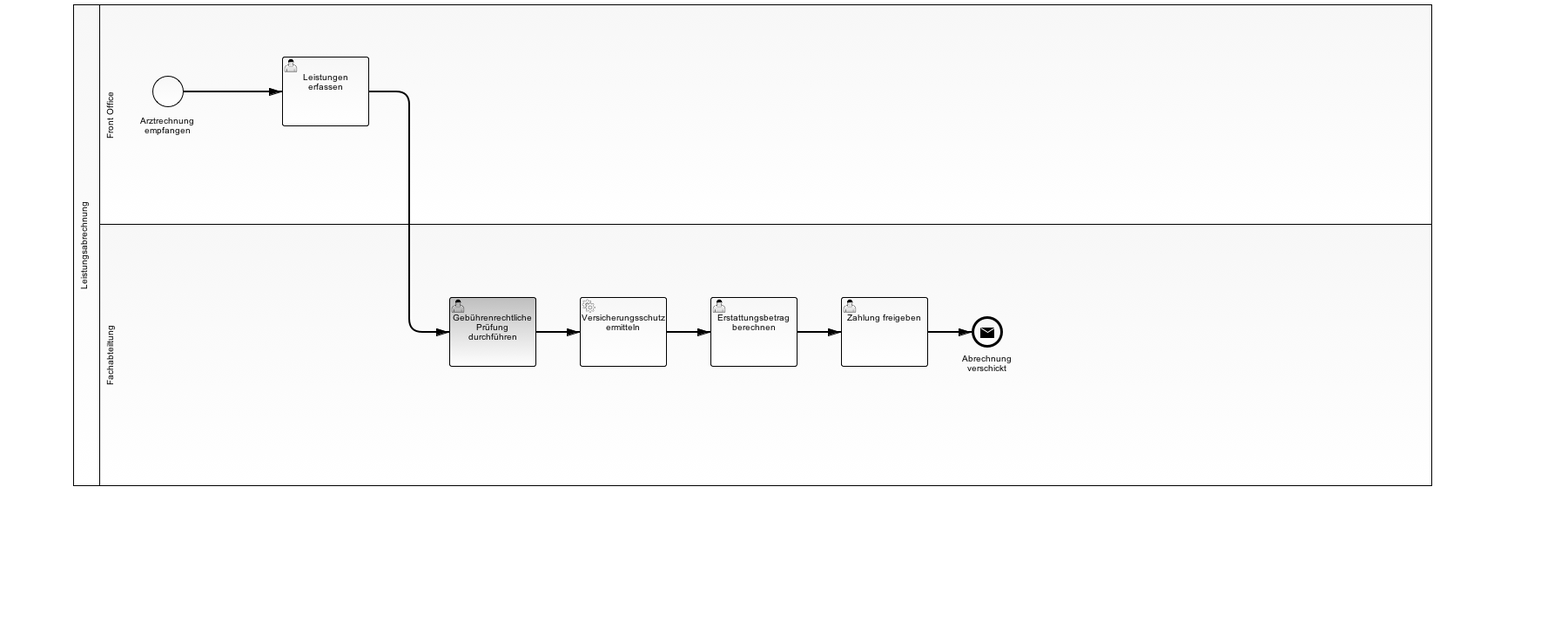
The BPMN diagram web/src/main/resources/Leistungsabrechnung.png in holisticon/skill-based-routing, before a commit. Its source is kept beside it as web/src/main/resources/Leistungsabrechnung.bpmn. Ids are renumbered.
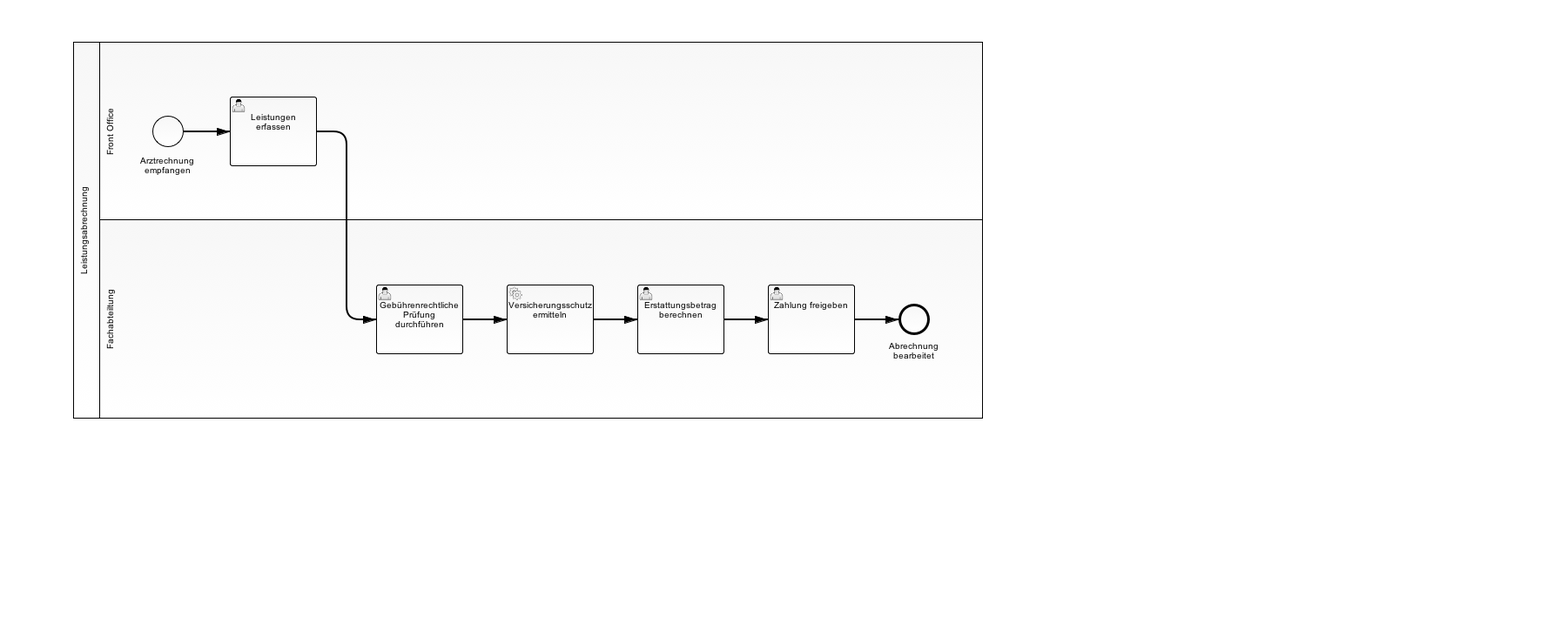
Above is the later version.

Change to the diagram source:
```diff
@@ -31,93 +31,109 @@
       <bpmn2:incoming>seq_2</bpmn2:incoming>
       <bpmn2:outgoing>seq_3</bpmn2:outgoing>
     </bpmn2:userTask>
+    <bpmn2:sequenceFlow id="seq_3" sourceRef="task_gebuehrenrechtlich_pruefen" targetRef="service_versicherungsschutz_ermitteln"/>
     <bpmn2:serviceTask id="service_versicherungsschutz_ermitteln" camunda:delegateExpression="#{versicherungsschutzErmitteln}" name="Versicherungsschutz&#xD;&#xA;ermitteln">
       <bpmn2:incoming>seq_3</bpmn2:incoming>
       <bpmn2:outgoing>seq_4</bpmn2:outgoing>
     </bpmn2:serviceTask>
-    <bpmn2:sequenceFlow id="seq_3" sourceRef="task_gebuehrenrechtlich_pruefen" targetRef="service_versicherungsschutz_ermitteln"/>
-    <bpmn2:userTask id="task_erstattungsbetrag_berechnen" name="Erstattungsbetrag berechnen">
+    <bpmn2:sequenceFlow id="seq_4" name="" sourceRef="service_versicherungsschutz_ermitteln" targetRef="task_erstattungsbetrag_berechnen"/>
+    <bpmn2:userTask id="task_erstattungsbetrag_berechnen" camunda:formKey="embedded:app:erstattungsbetrag_berechnen.html" name="Erstattungsbetrag berechnen">
+      <bpmn2:documentation>Erstattungsbeträge für die gebührenrechtlich anerkannten Leistungspositionen auf Basis des zugeordneten Tarifs berechnen.</bpmn2:documentation>
       <bpmn2:incoming>seq_4</bpmn2:incoming>
       <bpmn2:outgoing>seq_5</bpmn2:outgoing>
     </bpmn2:userTask>
-    <bpmn2:sequenceFlow id="seq_4" name="" sourceRef="service_versicherungsschutz_ermitteln" targetRef="task_erstattungsbetrag_berechnen"/>
-    <bpmn2:userTask id="task_zahlung_freigeben" name="Zahlung freigeben">
+    <bpmn2:sequenceFlow id="seq_5" name="" sourceRef="task_erstattungsbetrag_berechnen" targetRef="task_zahlung_freigeben"/>
+    <bpmn2:userTask id="task_zahlung_freigeben" camunda:formKey="embedded:app:zahlung_freigeben.html" name="Zahlung freigeben">
+      <bpmn2:documentation>Erstattungsantrag freigeben und zur Zahlung an den Kunden anweisen</bpmn2:documentation>
       <bpmn2:incoming>seq_5</bpmn2:incoming>
       <bpmn2:outgoing>SequenceFlow_6</bpmn2:outgoing>
     </bpmn2:userTask>
-    <bpmn2:sequenceFlow id="seq_5" name="" sourceRef="task_erstattungsbetrag_berechnen" targetRef="task_zahlung_freigeben"/>
-    <bpmn2:endEvent id="end" name="Abrechnung&#xD;&#xA;verschickt">
+    <bpmn2:sequenceFlow id="SequenceFlow_6" name="" sourceRef="task_zahlung_freigeben" targetRef="end"/>
+    <bpmn2:endEvent id="end" name="Abrechnung&#xD;&#xA;bearbeitet">
       <bpmn2:incoming>SequenceFlow_6</bpmn2:incoming>
-      <bpmn2:messageEventDefinition id="_MessageEventDefinition_2" camunda:delegateExpression="#{abrechnungVerschickt}"/>
     </bpmn2:endEvent>
-    <bpmn2:sequenceFlow id="SequenceFlow_6" name="" sourceRef="task_zahlung_freigeben" targetRef="end"/>
   </bpmn2:process>
   <bpmndi:BPMNDiagram id="BPMNDiagram_1">
     <bpmndi:BPMNPlane id="BPMNPlane_1" bpmnElement="_Collaboration_6">
       <bpmndi:BPMNShape id="_BPMNShape_Participant_6" bpmnElement="leistungesabrechung_pool" isHorizontal="true">
-        <dc:Bounds height="553.0" width="1561.0" x="84.0" y="0.0"/>
+        <dc:Bounds height="433.0" width="1045.0" x="84.0" y="48.0"/>
       </bpmndi:BPMNShape>
       <bpmndi:BPMNShape id="_BPMNShape_Lane_2" bpmnElement="Lane_1" isHorizontal="true">
-        <dc:Bounds height="253.0" width="1531.0" x="114.0" y="0.0"/>
+        <dc:Bounds height="205.0" width="1015.0" x="114.0" y="48.0"/>
       </bpmndi:BPMNShape>
       <bpmndi:BPMNShape id="_BPMNShape_Lane_3" bpmnElement="Lane_2" isHorizontal="true">
-        <dc:Bounds height="301.0" width="1531.0" x="114.0" y="252.0"/>
+        <dc:Bounds height="229.0" width="1015.0" x="114.0" y="252.0"/>
       </bpmndi:BPMNShape>
       <bpmndi:BPMNShape id="_BPMNShape_StartEvent_18" bpmnElement="start">
-        <dc:Bounds height="36.0" width="36.0" x="175.0" y="82.0"/>
+        <dc:Bounds height="36.0" width="36.0" x="175.0" y="133.0"/>
         <bpmndi:BPMNLabel>
-          <dc:Bounds height="28.0" width="68.0" x="159.0" y="126.0"/>
+          <dc:Bounds height="28.0" width="68.0" x="159.0" y="177.0"/>
         </bpmndi:BPMNLabel>
       </bpmndi:BPMNShape>
       <bpmndi:BPMNShape id="_BPMNShape_Task_2" bpmnElement="task_leistungen_erfassen">
-        <dc:Bounds height="80.0" width="100.0" x="324.0" y="60.0"/>
+        <dc:Bounds height="80.0" width="100.0" x="264.0" y="111.0"/>
       </bpmndi:BPMNShape>
       <bpmndi:BPMNEdge id="BPMNEdge_SequenceFlow_1" bpmnElement="seq_1" sourceElement="_BPMNShape_StartEvent_18" targetElement="_BPMNShape_Task_2">
-        <di:waypoint xsi:type="dc:Point" x="211.0" y="100.0"/>
-        <di:waypoint xsi:type="dc:Point" x="324.0" y="100.0"/>
+        <di:waypoint xsi:type="dc:Point" x="211.0" y="151.0"/>
+        <di:waypoint xsi:type="dc:Point" x="264.0" y="151.0"/>
         <bpmndi:BPMNLabel>
-          <dc:Bounds height="6.0" width="6.0" x="265.0" y="300.0"/>
+          <dc:Bounds height="6.0" width="6.0" x="235.0" y="151.0"/>
         </bpmndi:BPMNLabel>
       </bpmndi:BPMNEdge>
       <bpmndi:BPMNShape id="_BPMNShape_UserTask_25" bpmnElement="task_gebuehrenrechtlich_pruefen">
-        <dc:Bounds height="80.0" width="100.0" x="516.0" y="336.0"/>
+        <dc:Bounds height="80.0" width="100.0" x="432.0" y="327.0"/>
       </bpmndi:BPMNShape>
       <bpmndi:BPMNEdge id="BPMNEdge_SequenceFlow_2" bpmnElement="seq_2" sourceElement="_BPMNShape_Task_2" targetElement="_BPMNShape_UserTask_25">
-        <di:waypoint xsi:type="dc:Point" x="424.0" y="100.0"/>
-        <di:waypoint xsi:type="dc:Point" x="470.0" y="100.0"/>
-        <di:waypoint xsi:type="dc:Point" x="470.0" y="376.0"/>
-        <di:waypoint xsi:type="dc:Point" x="516.0" y="376.0"/>
+        <di:waypoint xsi:type="dc:Point" x="364.0" y="151.0"/>
+        <di:waypoint xsi:type="dc:Point" x="398.0" y="151.0"/>
+        <di:waypoint xsi:type="dc:Point" x="398.0" y="367.0"/>
+        <di:waypoint xsi:type="dc:Point" x="432.0" y="367.0"/>
         <bpmndi:BPMNLabel>
-          <dc:Bounds height="6.0" width="6.0" x="458.0" y="300.0"/>
+          <dc:Bounds height="6.0" width="6.0" x="386.0" y="363.0"/>
         </bpmndi:BPMNLabel>
       </bpmndi:BPMNEdge>
       <bpmndi:BPMNShape id="_BPMNShape_ServiceTask_79" bpmnElement="service_versicherungsschutz_ermitteln">
-        <dc:Bounds height="80.0" width="100.0" x="666.0" y="336.0"/>
+        <dc:Bounds height="80.0" width="100.0" x="582.0" y="327.0"/>
       </bpmndi:BPMNShape>
       <bpmndi:BPMNEdge id="BPMNEdge_SequenceFlow_3" bpmnElement="seq_3" sourceElement="_BPMNShape_UserTask_25" targetElement="_BPMNShape_ServiceTask_79">
-        <di:waypoint xsi:type="dc:Point" x="616.0" y="376.0"/>
-        <di:waypoint xsi:type="dc:Point" x="666.0" y="376.0"/>
+        <di:waypoint xsi:type="dc:Point" x="532.0" y="367.0"/>
+        <di:waypoint xsi:type="dc:Point" x="582.0" y="367.0"/>
+        <bpmndi:BPMNLabel>
+          <dc:Bounds height="0.0" width="0.0" x="557.0" y="367.0"/>
+        </bpmndi:BPMNLabel>
       </bpmndi:BPMNEdge>
       <bpmndi:BPMNShape id="_BPMNShape_UserTask_26" bpmnElement="task_erstattungsbetrag_berechnen">
-        <dc:Bounds height="80.0" width="100.0" x="816.0" y="336.0"/>
+        <dc:Bounds height="80.0" width="100.0" x="732.0" y="327.0"/>
       </bpmndi:BPMNShape>
       <bpmndi:BPMNEdge id="BPMNEdge_SequenceFlow_4" bpmnElement="seq_4" sourceElement="_BPMNShape_ServiceTask_79" targetElement="_BPMNShape_UserTask_26">
-        <di:waypoint xsi:type="dc:Point" x="766.0" y="376.0"/>
-        <di:waypoint xsi:type="dc:Point" x="816.0" y="376.0"/>
+        <di:waypoint xsi:type="dc:Point" x="682.0" y="367.0"/>
+        <di:waypoint xsi:type="dc:Point" x="732.0" y="367.0"/>
+        <bpmndi:BPMNLabel>
+          <dc:Bounds height="6.0" width="6.0" x="704.0" y="367.0"/>
+        </bpmndi:BPMNLabel>
       </bpmndi:BPMNEdge>
       <bpmndi:BPMNShape id="_BPMNShape_UserTask_27" bpmnElement="task_zahlung_freigeben">
-        <dc:Bounds height="80.0" width="100.0" x="966.0" y="336.0"/>
+        <dc:Bounds height="80.0" width="100.0" x="882.0" y="327.0"/>
       </bpmndi:BPMNShape>
       <bpmndi:BPMNEdge id="BPMNEdge_SequenceFlow_5" bpmnElement="seq_5" sourceElement="_BPMNShape_UserTask_26" targetElement="_BPMNShape_UserTask_27">
-        <di:waypoint xsi:type="dc:Point" x="916.0" y="376.0"/>
-        <di:waypoint xsi:type="dc:Point" x="966.0" y="376.0"/>
+        <di:waypoint xsi:type="dc:Point" x="832.0" y="367.0"/>
+        <di:waypoint xsi:type="dc:Point" x="882.0" y="367.0"/>
+        <bpmndi:BPMNLabel>
+          <dc:Bounds height="6.0" width="6.0" x="854.0" y="367.0"/>
+        </bpmndi:BPMNLabel>
       </bpmndi:BPMNEdge>
       <bpmndi:BPMNShape id="_BPMNShape_EndEvent_11" bpmnElement="end">
-        <dc:Bounds height="36.0" width="36.0" x="1116.0" y="358.0"/>
+        <dc:Bounds height="36.0" width="36.0" x="1032.0" y="349.0"/>
+        <bpmndi:BPMNLabel>
+          <dc:Bounds height="28.0" width="63.0" x="1019.0" y="390.0"/>
+        </bpmndi:BPMNLabel>
       </bpmndi:BPMNShape>
       <bpmndi:BPMNEdge id="BPMNEdge_SequenceFlow_6" bpmnElement="SequenceFlow_6" sourceElement="_BPMNShape_UserTask_27" targetElement="_BPMNShape_EndEvent_11">
-        <di:waypoint xsi:type="dc:Point" x="1066.0" y="376.0"/>
-        <di:waypoint xsi:type="dc:Point" x="1116.0" y="376.0"/>
+        <di:waypoint xsi:type="dc:Point" x="982.0" y="367.0"/>
+        <di:waypoint xsi:type="dc:Point" x="1032.0" y="367.0"/>
+        <bpmndi:BPMNLabel>
+          <dc:Bounds height="6.0" width="6.0" x="1004.0" y="367.0"/>
+        </bpmndi:BPMNLabel>
       </bpmndi:BPMNEdge>
     </bpmndi:BPMNPlane>
   </bpmndi:BPMNDiagram>
```
